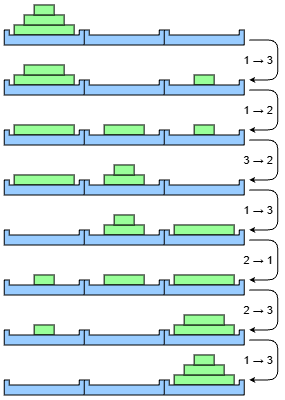
maarten-pennings/C64howto keeps this draw.io diagram as recursion/hanoi.drawio.png. Above is the earlier version. Source tidied: cells renumbered, new cells last; positions are measured from the earlier drawing's top-left corner, leaving out a move shared by most shapes.
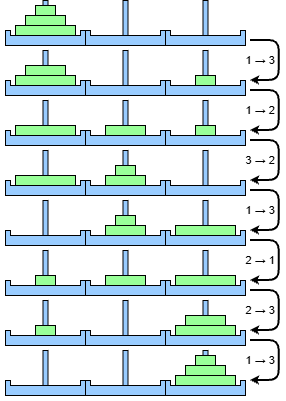
Later version of the same file.

Diff of the diagram source:
```diff
@@ -2,6 +2,78 @@
   <root>
     <mxCell id="0" />
     <mxCell id="1" parent="0" />
+    <mxCell id="58" style="whiteSpace=wrap;html=1;strokeColor=default;align=center;verticalAlign=top;fontFamily=Helvetica;fontSize=12;fontColor=default;fillColor=#99CCFF;" parent="1" vertex="1">
+      <mxGeometry x="122.5" y="350" width="5" height="35" as="geometry" />
+    </mxCell>
+    <mxCell id="59" style="whiteSpace=wrap;html=1;strokeColor=default;align=center;verticalAlign=top;fontFamily=Helvetica;fontSize=12;fontColor=default;fillColor=#99CCFF;" parent="1" vertex="1">
+      <mxGeometry x="42.5" y="350" width="5" height="35" as="geometry" />
+    </mxCell>
+    <mxCell id="60" style="whiteSpace=wrap;html=1;strokeColor=default;align=center;verticalAlign=top;fontFamily=Helvetica;fontSize=12;fontColor=default;fillColor=#99CCFF;" parent="1" vertex="1">
+      <mxGeometry x="202.5" y="350" width="5" height="35" as="geometry" />
+    </mxCell>
+    <mxCell id="61" style="whiteSpace=wrap;html=1;strokeColor=default;align=center;verticalAlign=top;fontFamily=Helvetica;fontSize=12;fontColor=default;fillColor=#99CCFF;" parent="1" vertex="1">
+      <mxGeometry x="122.5" y="300" width="5" height="35" as="geometry" />
+    </mxCell>
+    <mxCell id="62" style="whiteSpace=wrap;html=1;strokeColor=default;align=center;verticalAlign=top;fontFamily=Helvetica;fontSize=12;fontColor=default;fillColor=#99CCFF;" parent="1" vertex="1">
+      <mxGeometry x="42.5" y="300" width="5" height="35" as="geometry" />
+    </mxCell>
+    <mxCell id="63" style="whiteSpace=wrap;html=1;strokeColor=default;align=center;verticalAlign=top;fontFamily=Helvetica;fontSize=12;fontColor=default;fillColor=#99CCFF;" parent="1" vertex="1">
+      <mxGeometry x="202.5" y="300" width="5" height="35" as="geometry" />
+    </mxCell>
+    <mxCell id="64" style="whiteSpace=wrap;html=1;strokeColor=default;align=center;verticalAlign=top;fontFamily=Helvetica;fontSize=12;fontColor=default;fillColor=#99CCFF;" parent="1" vertex="1">
+      <mxGeometry x="122.5" y="250" width="5" height="35" as="geometry" />
+    </mxCell>
+    <mxCell id="65" style="whiteSpace=wrap;html=1;strokeColor=default;align=center;verticalAlign=top;fontFamily=Helvetica;fontSize=12;fontColor=default;fillColor=#99CCFF;" parent="1" vertex="1">
+      <mxGeometry x="42.5" y="250" width="5" height="35" as="geometry" />
+    </mxCell>
+    <mxCell id="66" style="whiteSpace=wrap;html=1;strokeColor=default;align=center;verticalAlign=top;fontFamily=Helvetica;fontSize=12;fontColor=default;fillColor=#99CCFF;" parent="1" vertex="1">
+      <mxGeometry x="202.5" y="250" width="5" height="35" as="geometry" />
+    </mxCell>
+    <mxCell id="67" style="whiteSpace=wrap;html=1;strokeColor=default;align=center;verticalAlign=top;fontFamily=Helvetica;fontSize=12;fontColor=default;fillColor=#99CCFF;" parent="1" vertex="1">
+      <mxGeometry x="122.5" y="200" width="5" height="35" as="geometry" />
+    </mxCell>
+    <mxCell id="68" style="whiteSpace=wrap;html=1;strokeColor=default;align=center;verticalAlign=top;fontFamily=Helvetica;fontSize=12;fontColor=default;fillColor=#99CCFF;" parent="1" vertex="1">
+      <mxGeometry x="42.5" y="200" width="5" height="35" as="geometry" />
+    </mxCell>
+    <mxCell id="69" style="whiteSpace=wrap;html=1;strokeColor=default;align=center;verticalAlign=top;fontFamily=Helvetica;fontSize=12;fontColor=default;fillColor=#99CCFF;" parent="1" vertex="1">
+      <mxGeometry x="202.5" y="200" width="5" height="35" as="geometry" />
+    </mxCell>
+    <mxCell id="70" style="whiteSpace=wrap;html=1;strokeColor=default;align=center;verticalAlign=top;fontFamily=Helvetica;fontSize=12;fontColor=default;fillColor=#99CCFF;" parent="1" vertex="1">
+      <mxGeometry x="122.5" y="150" width="5" height="35" as="geometry" />
+    </mxCell>
+    <mxCell id="71" style="whiteSpace=wrap;html=1;strokeColor=default;align=center;verticalAlign=top;fontFamily=Helvetica;fontSize=12;fontColor=default;fillColor=#99CCFF;" parent="1" vertex="1">
+      <mxGeometry x="42.5" y="150" width="5" height="35" as="geometry" />
+    </mxCell>
+    <mxCell id="72" style="whiteSpace=wrap;html=1;strokeColor=default;align=center;verticalAlign=top;fontFamily=Helvetica;fontSize=12;fontColor=default;fillColor=#99CCFF;" parent="1" vertex="1">
+      <mxGeometry x="202.5" y="150" width="5" height="35" as="geometry" />
+    </mxCell>
+    <mxCell id="73" style="whiteSpace=wrap;html=1;strokeColor=default;align=center;verticalAlign=top;fontFamily=Helvetica;fontSize=12;fontColor=default;fillColor=#99CCFF;" parent="1" vertex="1">
+      <mxGeometry x="122.5" y="100" width="5" height="35" as="geometry" />
+    </mxCell>
+    <mxCell id="74" style="whiteSpace=wrap;html=1;strokeColor=default;align=center;verticalAlign=top;fontFamily=Helvetica;fontSize=12;fontColor=default;fillColor=#99CCFF;" parent="1" vertex="1">
+      <mxGeometry x="42.5" y="100" width="5" height="35" as="geometry" />
+    </mxCell>
+    <mxCell id="75" style="whiteSpace=wrap;html=1;strokeColor=default;align=center;verticalAlign=top;fontFamily=Helvetica;fontSize=12;fontColor=default;fillColor=#99CCFF;" parent="1" vertex="1">
+      <mxGeometry x="202.5" y="100" width="5" height="35" as="geometry" />
+    </mxCell>
+    <mxCell id="76" style="whiteSpace=wrap;html=1;strokeColor=default;align=center;verticalAlign=top;fontFamily=Helvetica;fontSize=12;fontColor=default;fillColor=#99CCFF;" parent="1" vertex="1">
+      <mxGeometry x="122.5" y="50" width="5" height="35" as="geometry" />
+    </mxCell>
+    <mxCell id="77" style="whiteSpace=wrap;html=1;strokeColor=default;align=center;verticalAlign=top;fontFamily=Helvetica;fontSize=12;fontColor=default;fillColor=#99CCFF;" parent="1" vertex="1">
+      <mxGeometry x="42.5" y="50" width="5" height="35" as="geometry" />
+    </mxCell>
+    <mxCell id="78" style="whiteSpace=wrap;html=1;strokeColor=default;align=center;verticalAlign=top;fontFamily=Helvetica;fontSize=12;fontColor=default;fillColor=#99CCFF;" parent="1" vertex="1">
+      <mxGeometry x="202.5" y="50" width="5" height="35" as="geometry" />
+    </mxCell>
+    <mxCell id="79" style="whiteSpace=wrap;html=1;strokeColor=default;align=center;verticalAlign=top;fontFamily=Helvetica;fontSize=12;fontColor=default;fillColor=#99CCFF;" parent="1" vertex="1">
+      <mxGeometry x="122.5" width="5" height="35" as="geometry" />
+    </mxCell>
+    <mxCell id="80" style="whiteSpace=wrap;html=1;strokeColor=default;align=center;verticalAlign=top;fontFamily=Helvetica;fontSize=12;fontColor=default;fillColor=#99CCFF;" parent="1" vertex="1">
+      <mxGeometry x="42.5" width="5" height="35" as="geometry" />
+    </mxCell>
+    <mxCell id="81" style="whiteSpace=wrap;html=1;strokeColor=default;align=center;verticalAlign=top;fontFamily=Helvetica;fontSize=12;fontColor=default;fillColor=#99CCFF;" parent="1" vertex="1">
+      <mxGeometry x="202.5" width="5" height="35" as="geometry" />
+    </mxCell>
     <mxCell id="2" style="rounded=0;whiteSpace=wrap;html=1;strokeColor=none;fillColor=none;" parent="1" vertex="1">
       <mxGeometry width="285" height="400" as="geometry" />
     </mxCell>
@@ -149,7 +221,7 @@
     <mxCell id="50" style="verticalLabelPosition=bottom;verticalAlign=top;html=1;shape=mxgraph.basic.polygon;polyCoords=[[0.0625,0.33333],[0.9375,0.33333],[0.9375,0],[1,0],[1,1],[0,1],[0,0],[0.0625,0]];polyline=0;polyCurves=[[],[],[],[],[],[],[],[]];fillColor=#99CCFF;" parent="1" vertex="1">
       <mxGeometry x="165" y="380" width="80" height="15" as="geometry" />
     </mxCell>
-    <mxCell id="51" value="1 → 3&amp;nbsp;" style="edgeStyle=orthogonalEdgeStyle;rounded=1;orthogonalLoop=1;jettySize=auto;html=1;curved=0;align=right;endSize=3;labelBackgroundColor=none;" parent="1" edge="1">
+    <mxCell id="51" value="1 → 3&amp;nbsp;" style="edgeStyle=orthogonalEdgeStyle;rounded=1;orthogonalLoop=1;jettySize=auto;html=1;curved=0;align=right;endSize=3;labelBackgroundColor=none;strokeWidth=2;" parent="1" edge="1">
       <mxGeometry relative="1" as="geometry">
         <mxPoint x="250" y="40" as="sourcePoint" />
         <mxPoint x="250" y="80" as="targetPoint" />
@@ -159,7 +231,7 @@
         </Array>
       </mxGeometry>
     </mxCell>
-    <mxCell id="52" value="1 → 2&amp;nbsp;" style="edgeStyle=orthogonalEdgeStyle;rounded=1;orthogonalLoop=1;jettySize=auto;html=1;curved=0;align=right;endSize=3;labelBackgroundColor=none;" parent="1" edge="1">
+    <mxCell id="52" value="1 → 2&amp;nbsp;" style="edgeStyle=orthogonalEdgeStyle;rounded=1;orthogonalLoop=1;jettySize=auto;html=1;curved=0;align=right;endSize=3;labelBackgroundColor=none;strokeWidth=2;" parent="1" edge="1">
       <mxGeometry relative="1" as="geometry">
         <mxPoint x="250" y="90" as="sourcePoint" />
         <mxPoint x="250" y="130" as="targetPoint" />
@@ -169,7 +241,7 @@
         </Array>
       </mxGeometry>
     </mxCell>
-    <mxCell id="53" value="3 → 2&amp;nbsp;" style="edgeStyle=orthogonalEdgeStyle;rounded=1;orthogonalLoop=1;jettySize=auto;html=1;curved=0;align=right;endSize=3;labelBackgroundColor=none;" parent="1" edge="1">
+    <mxCell id="53" value="3 → 2&amp;nbsp;" style="edgeStyle=orthogonalEdgeStyle;rounded=1;orthogonalLoop=1;jettySize=auto;html=1;curved=0;align=right;endSize=3;labelBackgroundColor=none;strokeWidth=2;" parent="1" edge="1">
       <mxGeometry relative="1" as="geometry">
         <mxPoint x="250" y="140" as="sourcePoint" />
         <mxPoint x="250" y="180" as="targetPoint" />
@@ -179,7 +251,7 @@
         </Array>
       </mxGeometry>
     </mxCell>
-    <mxCell id="54" value="1 → 3&amp;nbsp;" style="edgeStyle=orthogonalEdgeStyle;rounded=1;orthogonalLoop=1;jettySize=auto;html=1;curved=0;align=right;endSize=3;labelBackgroundColor=none;" parent="1" edge="1">
+    <mxCell id="54" value="1 → 3&amp;nbsp;" style="edgeStyle=orthogonalEdgeStyle;rounded=1;orthogonalLoop=1;jettySize=auto;html=1;curved=0;align=right;endSize=3;labelBackgroundColor=none;strokeWidth=2;" parent="1" edge="1">
       <mxGeometry relative="1" as="geometry">
         <mxPoint x="250" y="190" as="sourcePoint" />
         <mxPoint x="250" y="230" as="targetPoint" />
@@ -189,7 +261,7 @@
         </Array>
       </mxGeometry>
     </mxCell>
-    <mxCell id="55" value="2 → 1&amp;nbsp;" style="edgeStyle=orthogonalEdgeStyle;rounded=1;orthogonalLoop=1;jettySize=auto;html=1;curved=0;align=right;endSize=3;labelBackgroundColor=none;" parent="1" edge="1">
+    <mxCell id="55" value="2 → 1&amp;nbsp;" style="edgeStyle=orthogonalEdgeStyle;rounded=1;orthogonalLoop=1;jettySize=auto;html=1;curved=0;align=right;endSize=3;labelBackgroundColor=none;strokeWidth=2;" parent="1" edge="1">
       <mxGeometry relative="1" as="geometry">
         <mxPoint x="250" y="240" as="sourcePoint" />
         <mxPoint x="250" y="280" as="targetPoint" />
@@ -199,7 +271,7 @@
         </Array>
       </mxGeometry>
     </mxCell>
-    <mxCell id="56" value="2 → 3&amp;nbsp;" style="edgeStyle=orthogonalEdgeStyle;rounded=1;orthogonalLoop=1;jettySize=auto;html=1;exitX=1.016;exitY=0.528;exitDx=0;exitDy=0;exitPerimeter=0;curved=0;align=right;endSize=3;labelBackgroundColor=none;" parent="1" edge="1">
+    <mxCell id="56" value="2 → 3&amp;nbsp;" style="edgeStyle=orthogonalEdgeStyle;rounded=1;orthogonalLoop=1;jettySize=auto;html=1;exitX=1.016;exitY=0.528;exitDx=0;exitDy=0;exitPerimeter=0;curved=0;align=right;endSize=3;labelBackgroundColor=none;strokeWidth=2;" parent="1" edge="1">
       <mxGeometry relative="1" as="geometry">
         <mxPoint x="250" y="290" as="sourcePoint" />
         <mxPoint x="250" y="330" as="targetPoint" />
@@ -209,7 +281,7 @@
         </Array>
       </mxGeometry>
     </mxCell>
-    <mxCell id="57" value="1 → 3&amp;nbsp;" style="edgeStyle=orthogonalEdgeStyle;rounded=1;orthogonalLoop=1;jettySize=auto;html=1;exitX=1.016;exitY=0.528;exitDx=0;exitDy=0;exitPerimeter=0;curved=0;align=right;endSize=3;labelBackgroundColor=none;" parent="1" edge="1">
+    <mxCell id="57" value="1 → 3&amp;nbsp;" style="edgeStyle=orthogonalEdgeStyle;rounded=1;orthogonalLoop=1;jettySize=auto;html=1;exitX=1.016;exitY=0.528;exitDx=0;exitDy=0;exitPerimeter=0;curved=0;align=right;endSize=3;labelBackgroundColor=none;strokeWidth=2;" parent="1" edge="1">
       <mxGeometry relative="1" as="geometry">
         <mxPoint x="250" y="340" as="sourcePoint" />
         <mxPoint x="250" y="380" as="targetPoint" />
```
